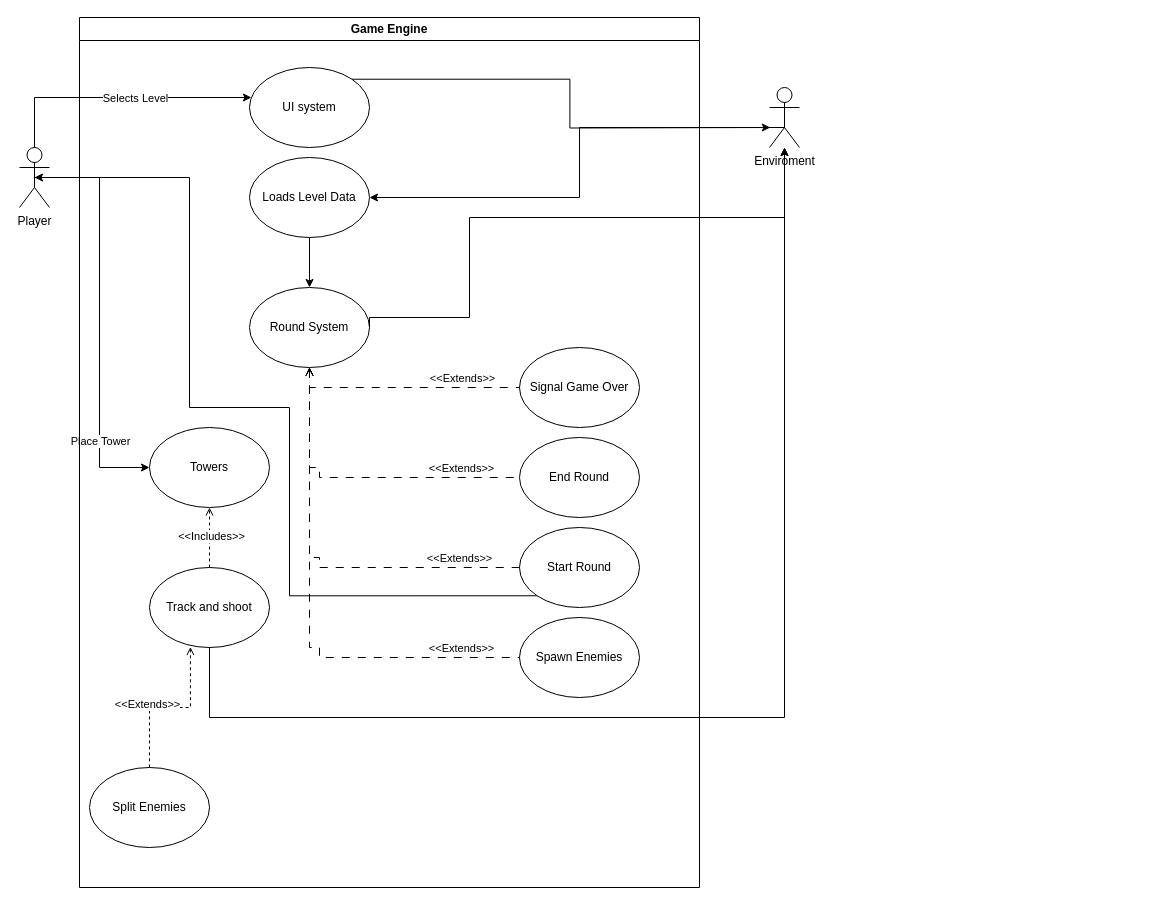
Above: Docs/presentations/global_use_case.drawio in flightcontrol40/CS-383-Project (draw.io), before the change. Source tidied: cells renumbered, new cells numbered last; positions are measured from the earlier drawing's top-left corner, leaving out a move shared by most shapes. Both pictures are drawn from the tidied source at 100%, with x=0, y=0 at pixel (19, 17).
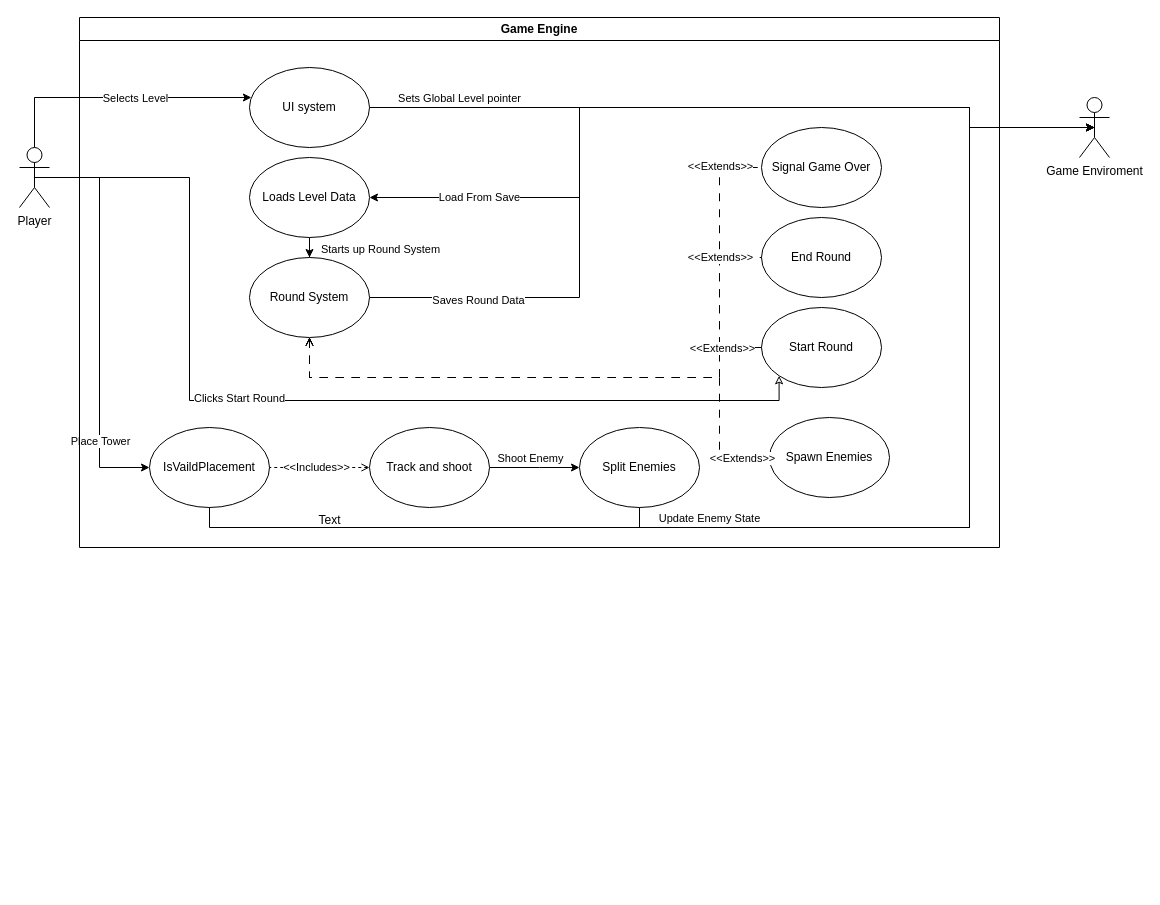
After the change.

Commit message (it also covers changes not shown here):
Updated Diagrams, Added SA presentation, Added new gitignore rule

The change refers to these unchanged cells:
```xml
<mxCell id="6" value="Player" style="shape=umlActor;verticalLabelPosition=bottom;verticalAlign=top;html=1;outlineConnect=0;" parent="1" vertex="1">
  <mxGeometry y="130" width="30" height="60" as="geometry" />
</mxCell>
<mxCell id="9" value="UI system" style="ellipse;whiteSpace=wrap;html=1;" parent="7" vertex="1">
  <mxGeometry x="170" y="50" width="120" height="80" as="geometry" />
</mxCell>
<mxCell id="10" style="edgeStyle=orthogonalEdgeStyle;rounded=0;jettySize=auto;html=1;exitX=0.5;exitY=1;exitDx=0;exitDy=0;" parent="7" edge="1" source="11" target="12">
  <mxGeometry relative="1" as="geometry" />
</mxCell>
<mxCell id="11" value="Loads Level Data" style="ellipse;whiteSpace=wrap;html=1;" parent="7" vertex="1">
  <mxGeometry x="170" y="140" width="120" height="80" as="geometry" />
</mxCell>
```

The edit, as a diff of the source:
```diff
@@
     <mxCell id="7" value="Game Engine" style="swimlane;whiteSpace=wrap;html=1;" parent="1" vertex="1">
-      <mxGeometry x="60" width="620" height="870" as="geometry" />
+      <mxGeometry x="60" width="920" height="530" as="geometry" />
     </mxCell>
-    <mxCell id="8" style="edgeStyle=orthogonalEdgeStyle;rounded=0;jettySize=auto;html=1;exitX=1;exitY=0;exitDx=0;exitDy=0;" parent="7" edge="1" source="9">
-      <mxGeometry relative="1" as="geometry">
-        <mxPoint x="690.8" y="110" as="targetPoint" />
-      </mxGeometry>
-    </mxCell>
@@
+    <mxCell id="37" value="Starts up Round System" style="edgeLabel;html=1;align=center;verticalAlign=middle;" parent="10" vertex="1">
+      <mxGeometry x="0.11" y="-1" relative="1" as="geometry">
+        <mxPoint x="69" y="4" as="offset" />
+      </mxGeometry>
+    </mxCell>
@@
     <mxCell id="12" value="Round System" style="ellipse;whiteSpace=wrap;html=1;" parent="7" vertex="1">
-      <mxGeometry x="170" y="270" width="120" height="80" as="geometry" />
+      <mxGeometry x="170" y="240" width="120" height="80" as="geometry" />
     </mxCell>
-    <mxCell id="13" value="Towers" style="ellipse;whiteSpace=wrap;html=1;" parent="7" vertex="1">
+    <mxCell id="13" value="IsVaildPlacement" style="ellipse;whiteSpace=wrap;html=1;" parent="7" vertex="1">
       <mxGeometry x="70" y="410" width="120" height="80" as="geometry" />
     </mxCell>
     <mxCell id="14" value="Spawn Enemies" style="ellipse;whiteSpace=wrap;html=1;" parent="7" vertex="1">
-      <mxGeometry x="440" y="600" width="120" height="80" as="geometry" />
+      <mxGeometry x="690" y="400" width="120" height="80" as="geometry" />
     </mxCell>
     <mxCell id="15" value="Start Round" style="ellipse;whiteSpace=wrap;html=1;" parent="7" vertex="1">
-      <mxGeometry x="440" y="510" width="120" height="80" as="geometry" />
+      <mxGeometry x="682" y="290" width="120" height="80" as="geometry" />
     </mxCell>
     <mxCell id="16" value="End Round" style="ellipse;whiteSpace=wrap;html=1;" parent="7" vertex="1">
-      <mxGeometry x="440" y="420" width="120" height="80" as="geometry" />
+      <mxGeometry x="682" y="200" width="120" height="80" as="geometry" />
     </mxCell>
     <mxCell id="17" value="Signal Game Over" style="ellipse;whiteSpace=wrap;html=1;" parent="7" vertex="1">
-      <mxGeometry x="440" y="330" width="120" height="80" as="geometry" />
+      <mxGeometry x="682" y="110" width="120" height="80" as="geometry" />
     </mxCell>
     <mxCell id="18" style="edgeStyle=orthogonalEdgeStyle;rounded=0;jettySize=auto;html=1;exitX=0.5;exitY=1;exitDx=0;exitDy=0;dashed=1;dashPattern=8 8;entryX=0;entryY=0.5;entryDx=0;entryDy=0;startArrow=open;startFill=0;endArrow=none;endFill=0;" parent="7" edge="1" source="12" target="17">
       <mxGeometry relative="1" as="geometry">
         <Array as="points">
-          <mxPoint x="230" y="370" />
+          <mxPoint x="230" y="360" />
+          <mxPoint x="640" y="360" />
+          <mxPoint x="640" y="150" />
         </Array>
       </mxGeometry>
     </mxCell>
     <mxCell id="19" value="&amp;lt;&amp;lt;Extends&amp;gt;&amp;gt;" style="edgeLabel;html=1;align=center;verticalAlign=middle;" parent="18" vertex="1">
       <mxGeometry x="0.5" y="-4" relative="1" as="geometry">
-        <mxPoint x="-1" y="-14" as="offset" />
+        <mxPoint x="-4" y="-135" as="offset" />
       </mxGeometry>
     </mxCell>
-    <mxCell id="20" style="edgeStyle=orthogonalEdgeStyle;rounded=0;jettySize=auto;html=1;exitX=0.5;exitY=0;exitDx=0;exitDy=0;entryX=0.5;entryY=1;entryDx=0;entryDy=0;dashed=1;endArrow=open;endFill=0;" parent="7" edge="1" source="24" target="13">
+    <mxCell id="20" style="edgeStyle=orthogonalEdgeStyle;rounded=0;jettySize=auto;html=1;exitX=0;exitY=0.5;exitDx=0;exitDy=0;dashed=1;endArrow=none;endFill=0;entryX=1;entryY=0.5;entryDx=0;entryDy=0;startArrow=open;startFill=0;" parent="7" edge="1" source="24" target="13">
       <mxGeometry relative="1" as="geometry" />
     </mxCell>
@@
-    <mxCell id="22" style="edgeStyle=orthogonalEdgeStyle;rounded=0;jettySize=auto;html=1;exitX=0.341;exitY=0.994;exitDx=0;exitDy=0;exitPerimeter=0;startArrow=open;startFill=0;dashed=1;endArrow=none;endFill=0;" parent="7" edge="1" source="24" target="25">
-      <mxGeometry relative="1" as="geometry" />
+    <mxCell id="22" style="edgeStyle=orthogonalEdgeStyle;rounded=0;jettySize=auto;html=1;exitX=1;exitY=0.5;exitDx=0;exitDy=0;entryX=0;entryY=0.5;entryDx=0;entryDy=0;" parent="7" edge="1" source="24" target="25">
+      <mxGeometry relative="1" as="geometry">
+        <Array as="points">
+          <mxPoint x="460" y="450" />
+          <mxPoint x="460" y="450" />
+        </Array>
+      </mxGeometry>
     </mxCell>
-    <mxCell id="23" value="&amp;lt;&amp;lt;Extends&amp;gt;&amp;gt;" style="edgeLabel;html=1;align=center;verticalAlign=middle;" parent="22" vertex="1">
-      <mxGeometry x="-0.05" y="-4" relative="1" as="geometry">
-        <mxPoint x="-27" as="offset" />
-      </mxGeometry>
-    </mxCell>
+    <mxCell id="38" value="Shoot Enemy" style="edgeLabel;html=1;align=center;verticalAlign=middle;" parent="22" vertex="1">
+      <mxGeometry y="3" relative="1" as="geometry">
+        <mxPoint x="-5" y="-7" as="offset" />
+      </mxGeometry>
+    </mxCell>
     <mxCell id="24" value="Track and shoot" style="ellipse;whiteSpace=wrap;html=1;" parent="7" vertex="1">
-      <mxGeometry x="70" y="550" width="120" height="80" as="geometry" />
+      <mxGeometry x="290" y="410" width="120" height="80" as="geometry" />
     </mxCell>
     <mxCell id="25" value="Split Enemies" style="ellipse;whiteSpace=wrap;html=1;" parent="7" vertex="1">
-      <mxGeometry x="10" y="750" width="120" height="80" as="geometry" />
+      <mxGeometry x="500" y="410" width="120" height="80" as="geometry" />
     </mxCell>
+    <mxCell id="33" style="edgeStyle=orthogonalEdgeStyle;rounded=0;jettySize=auto;html=1;dashed=1;dashPattern=8 8;entryX=0;entryY=0.5;entryDx=0;entryDy=0;startArrow=open;startFill=0;endArrow=none;endFill=0;exitX=0.5;exitY=1;exitDx=0;exitDy=0;" parent="7" edge="1" source="12" target="14">
+      <mxGeometry relative="1" as="geometry">
+        <Array as="points">
+          <mxPoint x="230" y="360" />
+          <mxPoint x="640" y="360" />
+          <mxPoint x="640" y="445" />
+        </Array>
+      </mxGeometry>
+    </mxCell>
+    <mxCell id="34" value="&amp;lt;&amp;lt;Extends&amp;gt;&amp;gt;" style="edgeLabel;html=1;align=center;verticalAlign=middle;" parent="33" vertex="1">
+      <mxGeometry x="0.5" y="-4" relative="1" as="geometry">
+        <mxPoint x="29" y="76" as="offset" />
+      </mxGeometry>
+    </mxCell>
+    <mxCell id="29" style="edgeStyle=orthogonalEdgeStyle;rounded=0;jettySize=auto;html=1;dashed=1;dashPattern=8 8;entryX=0;entryY=0.5;entryDx=0;entryDy=0;startArrow=open;startFill=0;endArrow=none;endFill=0;exitX=0.5;exitY=1;exitDx=0;exitDy=0;" parent="7" edge="1" source="12" target="16">
+      <mxGeometry relative="1" as="geometry">
+        <Array as="points">
+          <mxPoint x="230" y="360" />
+          <mxPoint x="640" y="360" />
+          <mxPoint x="640" y="240" />
+        </Array>
+      </mxGeometry>
+    </mxCell>
+    <mxCell id="30" value="&amp;lt;&amp;lt;Extends&amp;gt;&amp;gt;" style="edgeLabel;html=1;align=center;verticalAlign=middle;" parent="29" vertex="1">
+      <mxGeometry x="0.5" y="-4" relative="1" as="geometry">
+        <mxPoint x="-4" y="-112" as="offset" />
+      </mxGeometry>
+    </mxCell>
     <mxCell id="26" style="edgeStyle=orthogonalEdgeStyle;rounded=0;jettySize=auto;html=1;exitX=0.5;exitY=0.5;exitDx=0;exitDy=0;exitPerimeter=0;entryX=1;entryY=0.5;entryDx=0;entryDy=0;" parent="1" edge="1" source="27" target="11">
       <mxGeometry relative="1" as="geometry">
         <Array as="points">
-          <mxPoint x="765" y="110" />
-          <mxPoint x="560" y="110" />
+          <mxPoint x="950" y="110" />
+          <mxPoint x="950" y="90" />
+          <mxPoint x="560" y="90" />
           <mxPoint x="560" y="180" />
         </Array>
       </mxGeometry>
     </mxCell>
+    <mxCell id="39" value="Load From Save" style="edgeLabel;html=1;align=center;verticalAlign=middle;" parent="26" vertex="1">
+      <mxGeometry x="0.74" y="-1" relative="1" as="geometry" />
+    </mxCell>
-    <mxCell id="27" value="Enviroment" style="shape=umlActor;verticalLabelPosition=bottom;verticalAlign=top;html=1;outlineConnect=0;" parent="1" vertex="1">
-      <mxGeometry x="750" y="70" width="30" height="60" as="geometry" />
+    <mxCell id="27" value="Game Enviroment" style="shape=umlActor;verticalLabelPosition=bottom;verticalAlign=top;html=1;outlineConnect=0;" parent="1" vertex="1">
+      <mxGeometry x="1060" y="80" width="30" height="60" as="geometry" />
     </mxCell>
-    <mxCell id="28" style="edgeStyle=orthogonalEdgeStyle;rounded=0;jettySize=auto;html=1;exitX=1;exitY=0.5;exitDx=0;exitDy=0;" parent="1" edge="1" source="12" target="27">
+    <mxCell id="28" style="edgeStyle=orthogonalEdgeStyle;rounded=0;jettySize=auto;html=1;entryX=0.5;entryY=0.5;entryDx=0;entryDy=0;entryPerimeter=0;exitX=1;exitY=0.5;exitDx=0;exitDy=0;" parent="1" edge="1" source="12" target="27">
       <mxGeometry relative="1" as="geometry">
         <Array as="points">
-          <mxPoint x="450" y="300" />
-          <mxPoint x="450" y="200" />
-          <mxPoint x="765" y="200" />
+          <mxPoint x="560" y="280" />
+          <mxPoint x="560" y="90" />
+          <mxPoint x="950" y="90" />
+          <mxPoint x="950" y="110" />
         </Array>
       </mxGeometry>
     </mxCell>
-    <mxCell id="29" style="edgeStyle=orthogonalEdgeStyle;rounded=0;jettySize=auto;html=1;dashed=1;dashPattern=8 8;entryX=0;entryY=0.5;entryDx=0;entryDy=0;startArrow=open;startFill=0;endArrow=none;endFill=0;" parent="1" edge="1" target="16">
-      <mxGeometry relative="1" as="geometry">
-        <mxPoint x="290" y="350" as="sourcePoint" />
-        <Array as="points">
-          <mxPoint x="300" y="450" />
-        </Array>
-      </mxGeometry>
-    </mxCell>
-    <mxCell id="30" value="&amp;lt;&amp;lt;Extends&amp;gt;&amp;gt;" style="edgeLabel;html=1;align=center;verticalAlign=middle;" parent="29" vertex="1">
-      <mxGeometry x="0.5" y="-4" relative="1" as="geometry">
-        <mxPoint x="21" y="-14" as="offset" />
-      </mxGeometry>
-    </mxCell>
+    <mxCell id="40" value="Saves Round Data" style="edgeLabel;html=1;align=center;verticalAlign=middle;" parent="28" vertex="1">
+      <mxGeometry x="-0.77" y="-2" relative="1" as="geometry" />
+    </mxCell>
     <mxCell id="31" style="edgeStyle=orthogonalEdgeStyle;rounded=0;jettySize=auto;html=1;dashed=1;dashPattern=8 8;entryX=0;entryY=0.5;entryDx=0;entryDy=0;startArrow=open;startFill=0;endArrow=none;endFill=0;" parent="1" edge="1" target="15">
       <mxGeometry relative="1" as="geometry">
-        <mxPoint x="290" y="350" as="sourcePoint" />
+        <mxPoint x="290" y="320" as="sourcePoint" />
         <Array as="points">
-          <mxPoint x="300" y="540" />
+          <mxPoint x="290" y="360" />
+          <mxPoint x="700" y="360" />
+          <mxPoint x="700" y="330" />
         </Array>
       </mxGeometry>
     </mxCell>
     <mxCell id="32" value="&amp;lt;&amp;lt;Extends&amp;gt;&amp;gt;" style="edgeLabel;html=1;align=center;verticalAlign=middle;" parent="31" vertex="1">
       <mxGeometry x="0.5" y="-4" relative="1" as="geometry">
-        <mxPoint x="41" y="-14" as="offset" />
+        <mxPoint x="60" y="-34" as="offset" />
       </mxGeometry>
     </mxCell>
-    <mxCell id="33" style="edgeStyle=orthogonalEdgeStyle;rounded=0;jettySize=auto;html=1;dashed=1;dashPattern=8 8;entryX=0;entryY=0.5;entryDx=0;entryDy=0;startArrow=open;startFill=0;endArrow=none;endFill=0;" parent="1" edge="1" target="14">
-      <mxGeometry relative="1" as="geometry">
-        <mxPoint x="290" y="350" as="sourcePoint" />
-        <Array as="points">
-          <mxPoint x="300" y="630" />
-        </Array>
-      </mxGeometry>
-    </mxCell>
-    <mxCell id="34" value="&amp;lt;&amp;lt;Extends&amp;gt;&amp;gt;" style="edgeLabel;html=1;align=center;verticalAlign=middle;" parent="33" vertex="1">
-      <mxGeometry x="0.5" y="-4" relative="1" as="geometry">
-        <mxPoint x="66" y="-14" as="offset" />
-      </mxGeometry>
-    </mxCell>
-    <mxCell id="35" style="edgeStyle=orthogonalEdgeStyle;rounded=0;jettySize=auto;html=1;exitX=0.5;exitY=1;exitDx=0;exitDy=0;" parent="1" edge="1" source="24" target="27">
+    <mxCell id="35" style="edgeStyle=orthogonalEdgeStyle;rounded=0;jettySize=auto;html=1;exitX=0.5;exitY=1;exitDx=0;exitDy=0;entryX=0.5;entryY=0.5;entryDx=0;entryDy=0;entryPerimeter=0;" parent="1" edge="1" source="25" target="27">
       <mxGeometry relative="1" as="geometry">
         <Array as="points">
-          <mxPoint x="190" y="700" />
-          <mxPoint x="765" y="700" />
+          <mxPoint x="620" y="510" />
+          <mxPoint x="950" y="510" />
+          <mxPoint x="950" y="110" />
         </Array>
       </mxGeometry>
     </mxCell>
+    <mxCell id="41" value="Update Enemy State" style="edgeLabel;html=1;align=center;verticalAlign=middle;" parent="35" vertex="1">
+      <mxGeometry x="-0.47" relative="1" as="geometry">
+        <mxPoint x="-143" y="-10" as="offset" />
+      </mxGeometry>
+    </mxCell>
-    <mxCell id="36" style="edgeStyle=orthogonalEdgeStyle;rounded=0;jettySize=auto;html=1;exitX=0;exitY=1;exitDx=0;exitDy=0;entryX=0.5;entryY=0.5;entryDx=0;entryDy=0;entryPerimeter=0;" parent="1" edge="1" source="15" target="6">
+    <mxCell id="36" style="edgeStyle=orthogonalEdgeStyle;rounded=0;jettySize=auto;html=1;exitX=0;exitY=1;exitDx=0;exitDy=0;entryX=0.5;entryY=0.5;entryDx=0;entryDy=0;entryPerimeter=0;startArrow=classic;startFill=0;endArrow=none;endFill=0;" parent="1" edge="1" source="15" target="6">
       <mxGeometry relative="1" as="geometry">
         <Array as="points">
-          <mxPoint x="270" y="578" />
-          <mxPoint x="270" y="390" />
-          <mxPoint x="170" y="390" />
+          <mxPoint x="760" y="383" />
+          <mxPoint x="170" y="383" />
           <mxPoint x="170" y="160" />
         </Array>
       </mxGeometry>
     </mxCell>
+    <mxCell id="42" value="Clicks Start Round" style="edgeLabel;html=1;align=center;verticalAlign=middle;" parent="36" vertex="1">
+      <mxGeometry x="0.77" y="-3" relative="1" as="geometry">
+        <mxPoint x="90" y="223" as="offset" />
+      </mxGeometry>
+    </mxCell>
+    <mxCell id="8" style="edgeStyle=orthogonalEdgeStyle;rounded=0;jettySize=auto;html=1;exitX=1;exitY=0.5;exitDx=0;exitDy=0;entryX=0.5;entryY=0.5;entryDx=0;entryDy=0;entryPerimeter=0;" parent="1" edge="1" source="9" target="27">
+      <mxGeometry relative="1" as="geometry">
+        <Array as="points">
+          <mxPoint x="950" y="90" />
+          <mxPoint x="950" y="110" />
+        </Array>
+      </mxGeometry>
+    </mxCell>
+    <mxCell id="43" value="Sets Global Level pointer" style="edgeLabel;html=1;align=center;verticalAlign=middle;" parent="8" vertex="1">
+      <mxGeometry x="-0.75" y="-1" relative="1" as="geometry">
+        <mxPoint x="-4" y="-11" as="offset" />
+      </mxGeometry>
+    </mxCell>
+    <mxCell id="44" style="edgeStyle=orthogonalEdgeStyle;rounded=0;jettySize=auto;html=1;entryX=0.5;entryY=0.5;entryDx=0;entryDy=0;entryPerimeter=0;" parent="1" edge="1" source="13" target="27">
+      <mxGeometry relative="1" as="geometry">
+        <Array as="points">
+          <mxPoint x="190" y="510" />
+          <mxPoint x="950" y="510" />
+          <mxPoint x="950" y="110" />
+        </Array>
+      </mxGeometry>
+    </mxCell>
+    <mxCell id="45" value="Text" style="text;html=1;align=center;verticalAlign=middle;strokeColor=none;fillColor=none;" parent="1" vertex="1">
+      <mxGeometry x="285" y="488" width="50" height="30" as="geometry" />
+    </mxCell>
```
